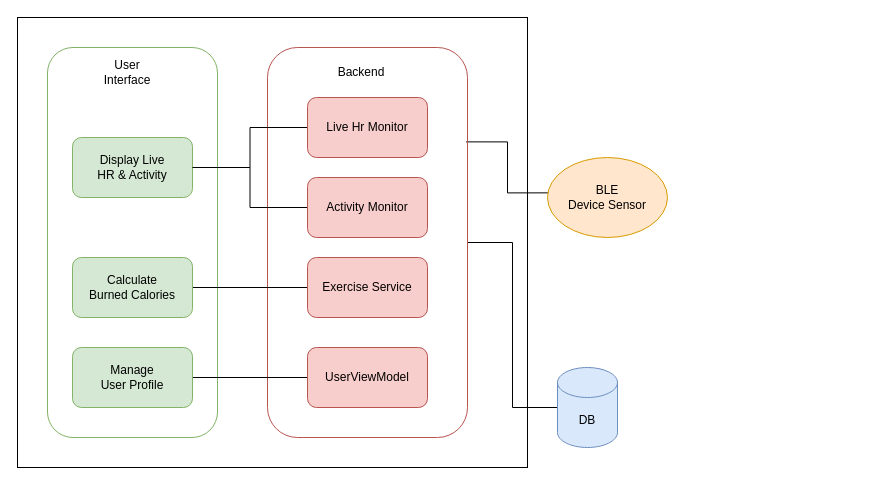
Before: my-thesis/diagrams/architecture-diagram.drawio in ba-nhermanto/thesis, a draw.io diagram. Source tidied: cells renumbered, new cells numbered last; positions are measured from the earlier drawing's top-left corner, leaving out a move shared by most shapes. Both pictures are drawn from the tidied source at 100%, with x=0, y=0 at pixel (17, 17).
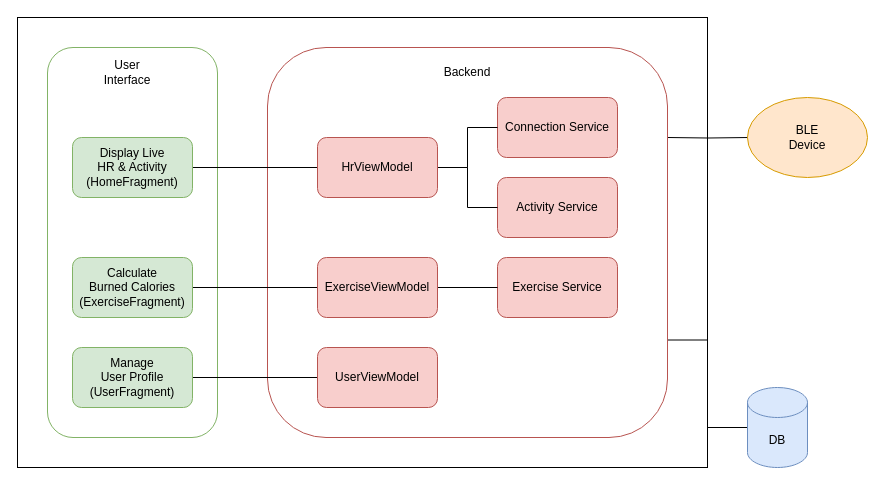
The same page after the edit.

What changed in the source:
```diff
@@
     <mxCell id="2" style="rounded=0;whiteSpace=wrap;html=1;" parent="1" vertex="1">
-      <mxGeometry width="510" height="450" as="geometry" />
+      <mxGeometry width="690" height="450" as="geometry" />
     </mxCell>
-    <mxCell id="3" style="edgeStyle=orthogonalEdgeStyle;rounded=0;jettySize=auto;html=1;exitX=1;exitY=0.5;exitDx=0;exitDy=0;entryX=0;entryY=0.5;entryDx=0;entryDy=0;entryPerimeter=0;endArrow=none;endFill=0;" parent="1" edge="1" source="5" target="18">
+    <mxCell id="3" style="edgeStyle=orthogonalEdgeStyle;rounded=0;jettySize=auto;html=1;exitX=1;exitY=0.75;exitDx=0;exitDy=0;entryX=0;entryY=0.5;entryDx=0;entryDy=0;entryPerimeter=0;endArrow=none;endFill=0;" parent="1" edge="1" source="5" target="18">
       <mxGeometry relative="1" as="geometry" />
     </mxCell>
-    <mxCell id="4" style="edgeStyle=orthogonalEdgeStyle;rounded=0;jettySize=auto;html=1;exitX=0.993;exitY=0.242;exitDx=0;exitDy=0;entryX=0.017;entryY=0.442;entryDx=0;entryDy=0;entryPerimeter=0;endArrow=none;endFill=0;exitPerimeter=0;" parent="1" edge="1" source="5" target="19">
-      <mxGeometry relative="1" as="geometry" />
+    <mxCell id="4" style="edgeStyle=orthogonalEdgeStyle;rounded=0;jettySize=auto;html=1;entryX=0.017;entryY=0.5;entryDx=0;entryDy=0;entryPerimeter=0;endArrow=none;endFill=0;" parent="1" edge="1" target="19">
+      <mxGeometry relative="1" as="geometry">
+        <mxPoint x="650" y="120" as="sourcePoint" />
+      </mxGeometry>
     </mxCell>
     <mxCell id="5" style="rounded=1;whiteSpace=wrap;html=1;fillColor=none;strokeColor=#b85450;" parent="1" vertex="1">
-      <mxGeometry x="250" y="30" width="200" height="390" as="geometry" />
+      <mxGeometry x="250" y="30" width="400" height="390" as="geometry" />
     </mxCell>
@@
-    <mxCell id="8" style="edgeStyle=orthogonalEdgeStyle;rounded=0;jettySize=auto;html=1;exitX=1;exitY=0.5;exitDx=0;exitDy=0;entryX=0;entryY=0.5;entryDx=0;entryDy=0;endArrow=none;endFill=0;" parent="1" edge="1" source="9" target="15">
-      <mxGeometry relative="1" as="geometry" />
-    </mxCell>
+    <mxCell id="22" style="edgeStyle=orthogonalEdgeStyle;rounded=0;jettySize=auto;html=1;exitX=1;exitY=0.5;exitDx=0;exitDy=0;entryX=0;entryY=0.5;entryDx=0;entryDy=0;endArrow=none;endFill=0;" parent="1" edge="1" source="9" target="26">
+      <mxGeometry relative="1" as="geometry" />
+    </mxCell>
-    <mxCell id="9" value="Display Live &lt;br&gt;HR &amp;amp; Activity" style="rounded=1;whiteSpace=wrap;html=1;fillColor=#d5e8d4;strokeColor=#82b366;" parent="1" vertex="1">
+    <mxCell id="9" value="Display Live &lt;br&gt;HR &amp;amp; Activity&lt;br&gt;(HomeFragment)" style="rounded=1;whiteSpace=wrap;html=1;fillColor=#d5e8d4;strokeColor=#82b366;" parent="1" vertex="1">
       <mxGeometry x="55" y="120" width="120" height="60" as="geometry" />
     </mxCell>
-    <mxCell id="10" style="edgeStyle=orthogonalEdgeStyle;rounded=0;jettySize=auto;html=1;exitX=1;exitY=0.5;exitDx=0;exitDy=0;entryX=0;entryY=0.5;entryDx=0;entryDy=0;endArrow=none;endFill=0;" parent="1" edge="1" source="11" target="16">
-      <mxGeometry relative="1" as="geometry" />
-    </mxCell>
+    <mxCell id="23" style="edgeStyle=orthogonalEdgeStyle;rounded=0;jettySize=auto;html=1;exitX=1;exitY=0.5;exitDx=0;exitDy=0;entryX=0;entryY=0.5;entryDx=0;entryDy=0;endArrow=none;endFill=0;" parent="1" edge="1" source="11" target="28">
+      <mxGeometry relative="1" as="geometry" />
+    </mxCell>
-    <mxCell id="11" value="Calculate &lt;br&gt;Burned Calories" style="rounded=1;whiteSpace=wrap;html=1;fillColor=#d5e8d4;strokeColor=#82b366;" parent="1" vertex="1">
+    <mxCell id="11" value="Calculate &lt;br&gt;Burned Calories&lt;br&gt;(ExerciseFragment)" style="rounded=1;whiteSpace=wrap;html=1;fillColor=#d5e8d4;strokeColor=#82b366;" parent="1" vertex="1">
       <mxGeometry x="55" y="240" width="120" height="60" as="geometry" />
     </mxCell>
@@
-    <mxCell id="13" value="Manage &lt;br&gt;User Profile" style="rounded=1;whiteSpace=wrap;html=1;fillColor=#d5e8d4;strokeColor=#82b366;" parent="1" vertex="1">
+    <mxCell id="13" value="Manage &lt;br&gt;User Profile&lt;br&gt;(UserFragment)" style="rounded=1;whiteSpace=wrap;html=1;fillColor=#d5e8d4;strokeColor=#82b366;" parent="1" vertex="1">
       <mxGeometry x="55" y="330" width="120" height="60" as="geometry" />
     </mxCell>
     <mxCell id="14" value="Backend" style="text;html=1;strokeColor=none;fillColor=none;align=center;verticalAlign=middle;whiteSpace=wrap;rounded=0;" parent="1" vertex="1">
-      <mxGeometry x="314" y="40" width="60" height="30" as="geometry" />
+      <mxGeometry x="420" y="40" width="60" height="30" as="geometry" />
     </mxCell>
-    <mxCell id="15" value="Live Hr Monitor" style="rounded=1;whiteSpace=wrap;html=1;fillColor=#f8cecc;strokeColor=#b85450;" parent="1" vertex="1">
-      <mxGeometry x="290" y="80" width="120" height="60" as="geometry" />
+    <mxCell id="15" value="Connection Service" style="rounded=1;whiteSpace=wrap;html=1;fillColor=#f8cecc;strokeColor=#b85450;" parent="1" vertex="1">
+      <mxGeometry x="480" y="80" width="120" height="60" as="geometry" />
     </mxCell>
     <mxCell id="16" value="Exercise Service" style="rounded=1;whiteSpace=wrap;html=1;fillColor=#f8cecc;strokeColor=#b85450;" parent="1" vertex="1">
-      <mxGeometry x="290" y="240" width="120" height="60" as="geometry" />
+      <mxGeometry x="480" y="240" width="120" height="60" as="geometry" />
     </mxCell>
     <mxCell id="17" value="UserViewModel" style="rounded=1;whiteSpace=wrap;html=1;fillColor=#f8cecc;strokeColor=#b85450;" parent="1" vertex="1">
-      <mxGeometry x="290" y="330" width="120" height="60" as="geometry" />
+      <mxGeometry x="300" y="330" width="120" height="60" as="geometry" />
     </mxCell>
     <mxCell id="18" value="DB" style="shape=cylinder3;whiteSpace=wrap;html=1;boundedLbl=1;backgroundOutline=1;size=15;fillColor=#dae8fc;strokeColor=#6c8ebf;" parent="1" vertex="1">
-      <mxGeometry x="540" y="350" width="60" height="80" as="geometry" />
+      <mxGeometry x="730" y="370" width="60" height="80" as="geometry" />
     </mxCell>
-    <mxCell id="19" value="BLE&lt;br&gt;Device Sensor" style="ellipse;whiteSpace=wrap;html=1;fillColor=#ffe6cc;strokeColor=#d79b00;" parent="1" vertex="1">
-      <mxGeometry x="530" y="140" width="120" height="80" as="geometry" />
+    <mxCell id="19" value="BLE&lt;br&gt;Device" style="ellipse;whiteSpace=wrap;html=1;fillColor=#ffe6cc;strokeColor=#d79b00;" parent="1" vertex="1">
+      <mxGeometry x="730" y="80" width="120" height="80" as="geometry" />
     </mxCell>
-    <mxCell id="20" style="edgeStyle=orthogonalEdgeStyle;rounded=0;jettySize=auto;html=1;exitX=0;exitY=0.5;exitDx=0;exitDy=0;entryX=1;entryY=0.5;entryDx=0;entryDy=0;endArrow=none;endFill=0;" parent="1" edge="1" source="21" target="9">
-      <mxGeometry relative="1" as="geometry" />
-    </mxCell>
-    <mxCell id="21" value="Activity Monitor" style="rounded=1;whiteSpace=wrap;html=1;fillColor=#f8cecc;strokeColor=#b85450;" parent="1" vertex="1">
-      <mxGeometry x="290" y="160" width="120" height="60" as="geometry" />
+    <mxCell id="21" value="Activity Service" style="rounded=1;whiteSpace=wrap;html=1;fillColor=#f8cecc;strokeColor=#b85450;" parent="1" vertex="1">
+      <mxGeometry x="480" y="160" width="120" height="60" as="geometry" />
     </mxCell>
+    <mxCell id="24" style="edgeStyle=orthogonalEdgeStyle;rounded=0;jettySize=auto;html=1;exitX=1;exitY=0.5;exitDx=0;exitDy=0;endArrow=none;endFill=0;" parent="1" edge="1" source="26" target="15">
+      <mxGeometry relative="1" as="geometry" />
+    </mxCell>
+    <mxCell id="25" style="edgeStyle=orthogonalEdgeStyle;rounded=0;jettySize=auto;html=1;exitX=1;exitY=0.5;exitDx=0;exitDy=0;entryX=0;entryY=0.5;entryDx=0;entryDy=0;endArrow=none;endFill=0;" parent="1" edge="1" source="26" target="21">
+      <mxGeometry relative="1" as="geometry" />
+    </mxCell>
+    <mxCell id="26" value="HrViewModel" style="rounded=1;whiteSpace=wrap;html=1;fillColor=#f8cecc;strokeColor=#b85450;" parent="1" vertex="1">
+      <mxGeometry x="300" y="120" width="120" height="60" as="geometry" />
+    </mxCell>
+    <mxCell id="27" style="edgeStyle=orthogonalEdgeStyle;rounded=0;jettySize=auto;html=1;exitX=1;exitY=0.5;exitDx=0;exitDy=0;entryX=0;entryY=0.5;entryDx=0;entryDy=0;endArrow=none;endFill=0;" parent="1" edge="1" source="28" target="16">
+      <mxGeometry relative="1" as="geometry" />
+    </mxCell>
+    <mxCell id="28" value="ExerciseViewModel" style="rounded=1;whiteSpace=wrap;html=1;fillColor=#f8cecc;strokeColor=#b85450;" parent="1" vertex="1">
+      <mxGeometry x="300" y="240" width="120" height="60" as="geometry" />
+    </mxCell>
```
